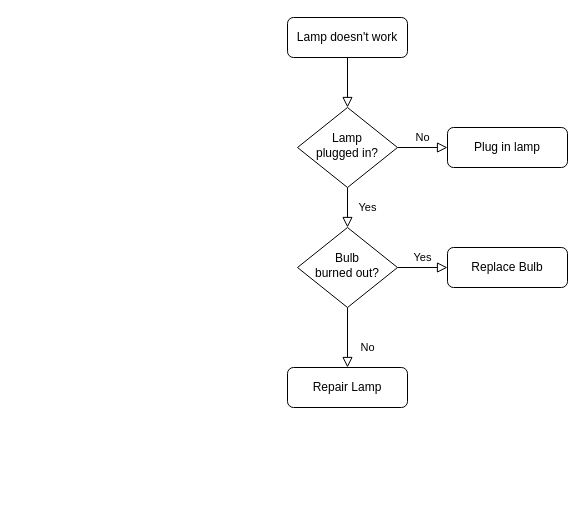
The draw.io diagram Untitled Diagram.drawio in x1126565832/pic, before the edit. Source tidied: cells renumbered, new cells numbered last; positions are measured from the earlier drawing's top-left corner, leaving out a move shared by most shapes. Both pictures are drawn from the tidied source at 100%, with x=0, y=0 at pixel (287, 17).
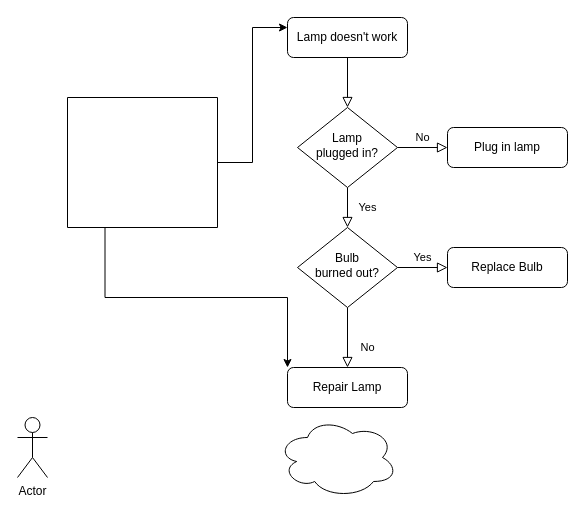
After the change.

Change to the diagram source:
```diff
@@
 <mxGraphModel>
   <root>
     <mxCell id="0" />
     <mxCell id="1" parent="0" />
     <mxCell id="2" style="rounded=0;html=1;jettySize=auto;fontSize=11;endArrow=block;endFill=0;endSize=8;strokeWidth=1;shadow=0;labelBackgroundColor=none;edgeStyle=orthogonalEdgeStyle;" parent="1" edge="1" source="3" target="6">
       <mxGeometry relative="1" as="geometry" />
     </mxCell>
     <mxCell id="3" value="Lamp doesn't work" style="rounded=1;whiteSpace=wrap;html=1;fontSize=12;glass=0;strokeWidth=1;shadow=0;" parent="1" vertex="1">
       <mxGeometry width="120" height="40" as="geometry" />
     </mxCell>
     <mxCell id="4" value="Yes" style="rounded=0;html=1;jettySize=auto;fontSize=11;endArrow=block;endFill=0;endSize=8;strokeWidth=1;shadow=0;labelBackgroundColor=none;edgeStyle=orthogonalEdgeStyle;" parent="1" edge="1" source="6" target="10">
       <mxGeometry y="20" relative="1" as="geometry" />
     </mxCell>
     <mxCell id="5" value="No" style="edgeStyle=orthogonalEdgeStyle;rounded=0;html=1;jettySize=auto;fontSize=11;endArrow=block;endFill=0;endSize=8;strokeWidth=1;shadow=0;labelBackgroundColor=none;" parent="1" edge="1" source="6" target="7">
       <mxGeometry y="10" relative="1" as="geometry" />
     </mxCell>
     <mxCell id="6" value="Lamp&lt;br&gt;plugged in?" style="rhombus;whiteSpace=wrap;html=1;shadow=0;fontFamily=Helvetica;fontSize=12;align=center;strokeWidth=1;spacing=6;spacingTop=-4;" parent="1" vertex="1">
       <mxGeometry x="10" y="90" width="100" height="80" as="geometry" />
     </mxCell>
     <mxCell id="7" value="Plug in lamp" style="rounded=1;whiteSpace=wrap;html=1;fontSize=12;glass=0;strokeWidth=1;shadow=0;" parent="1" vertex="1">
       <mxGeometry x="160" y="110" width="120" height="40" as="geometry" />
     </mxCell>
     <mxCell id="8" value="No" style="rounded=0;html=1;jettySize=auto;fontSize=11;endArrow=block;endFill=0;endSize=8;strokeWidth=1;shadow=0;labelBackgroundColor=none;edgeStyle=orthogonalEdgeStyle;" parent="1" edge="1" source="10" target="11">
       <mxGeometry x="0.33" y="20" relative="1" as="geometry" />
     </mxCell>
     <mxCell id="9" value="Yes" style="edgeStyle=orthogonalEdgeStyle;rounded=0;html=1;jettySize=auto;fontSize=11;endArrow=block;endFill=0;endSize=8;strokeWidth=1;shadow=0;labelBackgroundColor=none;" parent="1" edge="1" source="10" target="12">
       <mxGeometry y="10" relative="1" as="geometry" />
     </mxCell>
     <mxCell id="10" value="Bulb&lt;br&gt;burned out?" style="rhombus;whiteSpace=wrap;html=1;shadow=0;fontFamily=Helvetica;fontSize=12;align=center;strokeWidth=1;spacing=6;spacingTop=-4;" parent="1" vertex="1">
       <mxGeometry x="10" y="210" width="100" height="80" as="geometry" />
     </mxCell>
     <mxCell id="11" value="Repair Lamp" style="rounded=1;whiteSpace=wrap;html=1;fontSize=12;glass=0;strokeWidth=1;shadow=0;" parent="1" vertex="1">
       <mxGeometry y="350" width="120" height="40" as="geometry" />
     </mxCell>
     <mxCell id="12" value="Replace Bulb" style="rounded=1;whiteSpace=wrap;html=1;fontSize=12;glass=0;strokeWidth=1;shadow=0;" parent="1" vertex="1">
       <mxGeometry x="160" y="230" width="120" height="40" as="geometry" />
     </mxCell>
+    <mxCell id="13" style="edgeStyle=orthogonalEdgeStyle;rounded=0;jettySize=auto;html=1;entryX=0;entryY=0.25;entryDx=0;entryDy=0;" parent="1" edge="1" source="15" target="3">
+      <mxGeometry relative="1" as="geometry" />
+    </mxCell>
+    <mxCell id="14" style="edgeStyle=orthogonalEdgeStyle;rounded=0;jettySize=auto;html=1;exitX=0.75;exitY=0;exitDx=0;exitDy=0;entryX=0;entryY=0;entryDx=0;entryDy=0;" parent="1" edge="1" source="15" target="11">
+      <mxGeometry relative="1" as="geometry" />
+    </mxCell>
+    <mxCell id="15" style="shape=parallelogram;perimeter=parallelogramPerimeter;whiteSpace=wrap;html=1;fixedSize=1;direction=west;size=-70;" parent="1" vertex="1">
+      <mxGeometry x="-220" y="80" width="150" height="130" as="geometry" />
+    </mxCell>
+    <mxCell id="16" value="Actor" style="shape=umlActor;verticalLabelPosition=bottom;verticalAlign=top;html=1;" parent="1" vertex="1">
+      <mxGeometry x="-270" y="400" width="30" height="60" as="geometry" />
+    </mxCell>
+    <mxCell id="17" style="ellipse;shape=cloud;whiteSpace=wrap;html=1;" parent="1" vertex="1">
+      <mxGeometry x="-10" y="400" width="120" height="80" as="geometry" />
+    </mxCell>
   </root>
 </mxGraphModel>
```
